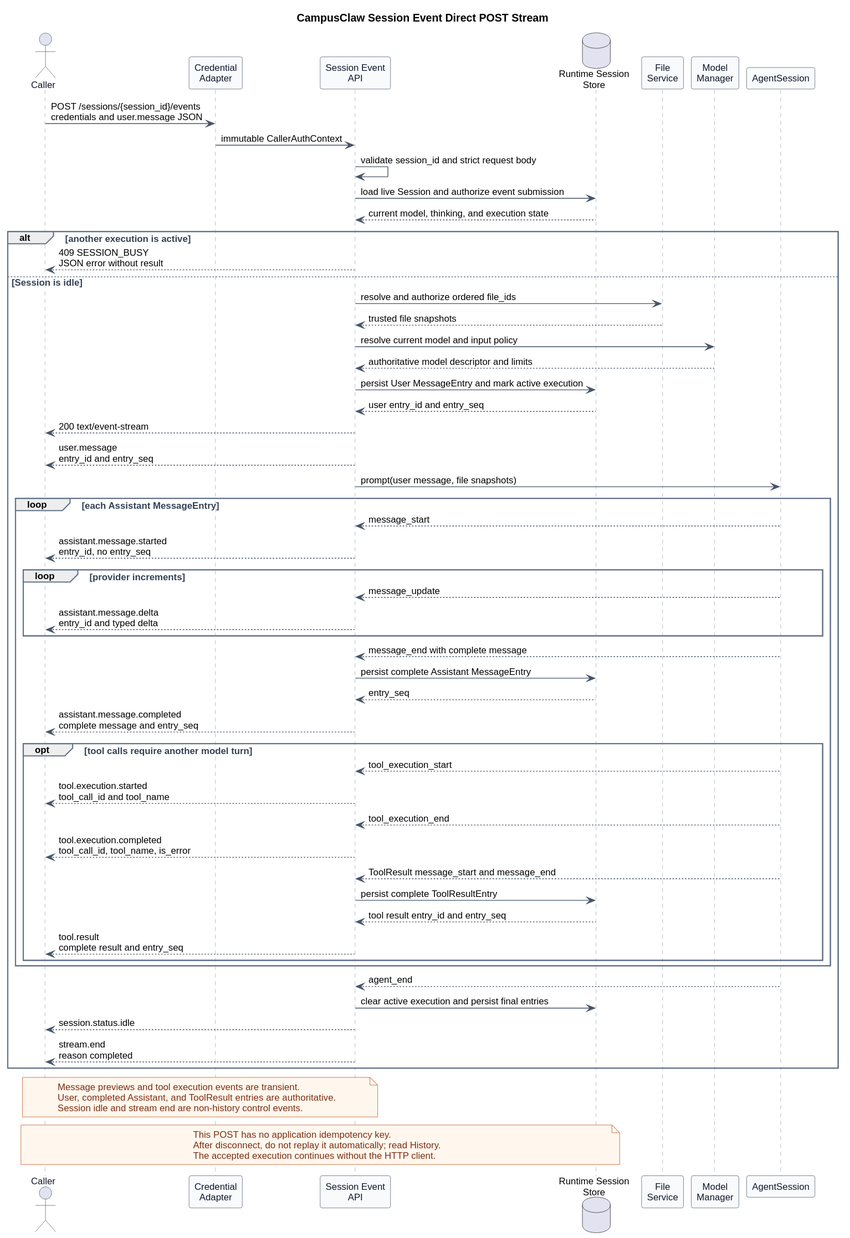
Before: pi-mono-java-manager-driven-multi-agent-runtime/http_session_event_stream.svg, a diagram exported from PlantUML (ssm0808/pi-mono-java-design).
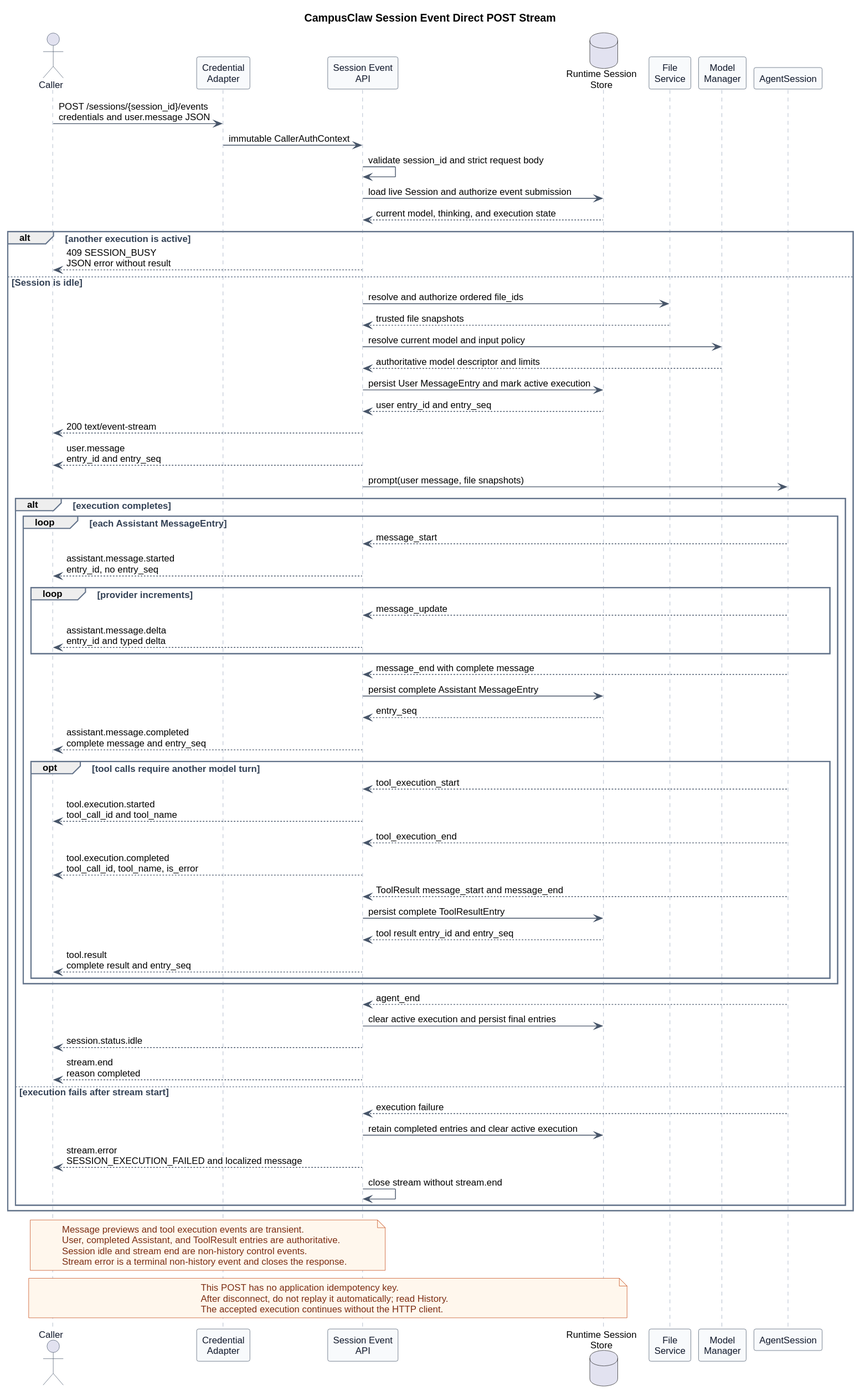
The same file after the commit.

Commit message:
docs(api): confirm session event contract and review history

Diff of the diagram source:
```diff
@@ -51,39 +51,47 @@
   API --> Caller : user.message\nentry_id and entry_seq
   API -> AgentSession : prompt(user message, file snapshots)
 
-  loop each Assistant MessageEntry
-    AgentSession --> API : message_start
-    API --> Caller : assistant.message.started\nentry_id, no entry_seq
-    loop provider increments
-      AgentSession --> API : message_update
-      API --> Caller : assistant.message.delta\nentry_id and typed delta
+  alt execution completes
+    loop each Assistant MessageEntry
+      AgentSession --> API : message_start
+      API --> Caller : assistant.message.started\nentry_id, no entry_seq
+      loop provider increments
+        AgentSession --> API : message_update
+        API --> Caller : assistant.message.delta\nentry_id and typed delta
+      end
+      AgentSession --> API : message_end with complete message
+      API -> Store : persist complete Assistant MessageEntry
+      Store --> API : entry_seq
+      API --> Caller : assistant.message.completed\ncomplete message and entry_seq
+      opt tool calls require another model turn
+        AgentSession --> API : tool_execution_start
+        API --> Caller : tool.execution.started\ntool_call_id and tool_name
+        AgentSession --> API : tool_execution_end
+        API --> Caller : tool.execution.completed\ntool_call_id, tool_name, is_error
+        AgentSession --> API : ToolResult message_start and message_end
+        API -> Store : persist complete ToolResultEntry
+        Store --> API : tool result entry_id and entry_seq
+        API --> Caller : tool.result\ncomplete result and entry_seq
+      end
     end
-    AgentSession --> API : message_end with complete message
-    API -> Store : persist complete Assistant MessageEntry
-    Store --> API : entry_seq
-    API --> Caller : assistant.message.completed\ncomplete message and entry_seq
-    opt tool calls require another model turn
-      AgentSession --> API : tool_execution_start
-      API --> Caller : tool.execution.started\ntool_call_id and tool_name
-      AgentSession --> API : tool_execution_end
-      API --> Caller : tool.execution.completed\ntool_call_id, tool_name, is_error
-      AgentSession --> API : ToolResult message_start and message_end
-      API -> Store : persist complete ToolResultEntry
-      Store --> API : tool result entry_id and entry_seq
-      API --> Caller : tool.result\ncomplete result and entry_seq
-    end
+
+    AgentSession --> API : agent_end
+    API -> Store : clear active execution and persist final entries
+    API --> Caller : session.status.idle
+    API --> Caller : stream.end\nreason completed
+  else execution fails after stream start
+    AgentSession --> API : execution failure
+    API -> Store : retain completed entries and clear active execution
+    API --> Caller : stream.error\nSESSION_EXECUTION_FAILED and localized message
+    API -> API : close stream without stream.end
   end
-
-  AgentSession --> API : agent_end
-  API -> Store : clear active execution and persist final entries
-  API --> Caller : session.status.idle
-  API --> Caller : stream.end\nreason completed
 end
 
 note over API,Caller
 Message previews and tool execution events are transient.
 User, completed Assistant, and ToolResult entries are authoritative.
 Session idle and stream end are non-history control events.
+Stream error is a terminal non-history event and closes the response.
 end note
 
 note over Caller,Store
```
